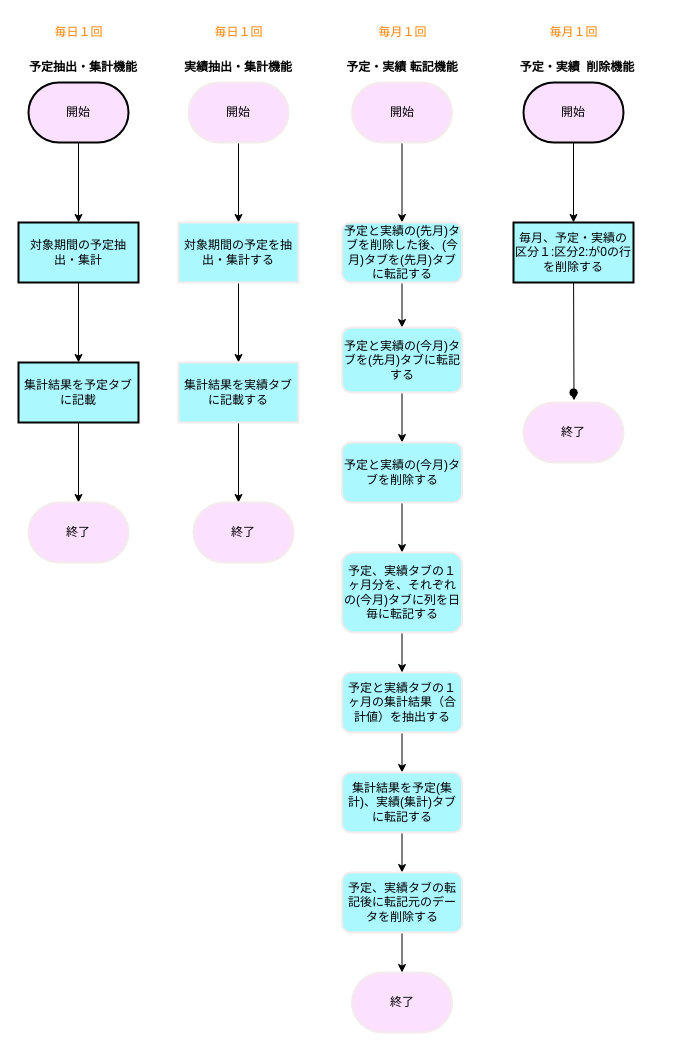
Above: simple_flowchart.dio in naomi-ume/gas_schedule_extraction_plan_result (draw.io), before the change. Source tidied: cells renumbered, new cells numbered last; positions are measured from the earlier drawing's top-left corner, leaving out a move shared by most shapes. Both pictures are drawn from the tidied source at 100%, with x=0, y=0 at pixel (18, 17).
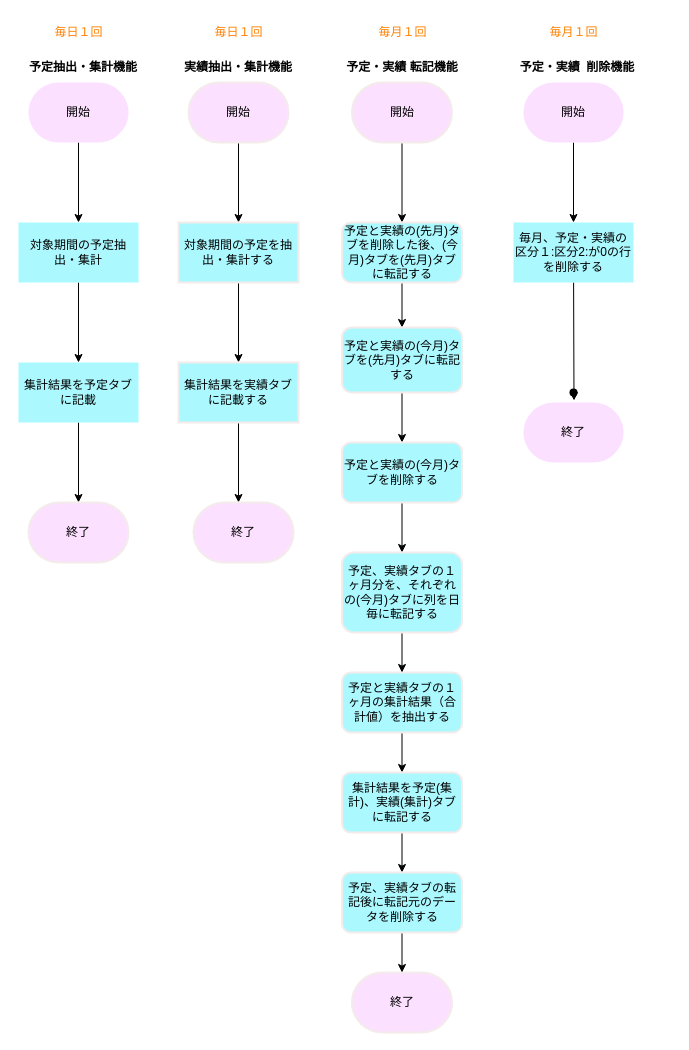
Above is the later version.

Commit message (it also covers changes not shown here):
flowchart repair

The edit, as a diff of the source:
```diff
@@
-    <mxCell id="4" value="開始" style="strokeWidth=2;html=1;shape=mxgraph.flowchart.terminator;whiteSpace=wrap;fontColor=#000000;fillColor=#FCE0FF;" parent="1" vertex="1">
+    <mxCell id="4" value="開始" style="strokeWidth=2;html=1;shape=mxgraph.flowchart.terminator;whiteSpace=wrap;fontColor=#000000;fillColor=#FCE0FF;strokeColor=none;" parent="1" vertex="1">
       <mxGeometry x="10" y="65" width="100" height="60" as="geometry" />
     </mxCell>
@@
-    <mxCell id="6" value="対象期間の予定抽出・集計" style="whiteSpace=wrap;html=1;fillColor=#ABF9FF;fontColor=#000000;strokeWidth=2;" parent="1" vertex="1">
+    <mxCell id="6" value="対象期間の予定抽出・集計" style="whiteSpace=wrap;html=1;fillColor=#ABF9FF;fontColor=#000000;strokeWidth=2;strokeColor=none;" parent="1" vertex="1">
       <mxGeometry y="205" width="120" height="60" as="geometry" />
     </mxCell>
@@
-    <mxCell id="8" value="集計結果を予定タブに記載" style="whiteSpace=wrap;html=1;fillColor=#ABF9FF;fontColor=#000000;strokeWidth=2;" parent="1" vertex="1">
+    <mxCell id="8" value="集計結果を予定タブに記載" style="whiteSpace=wrap;html=1;fillColor=#ABF9FF;fontColor=#000000;strokeWidth=2;strokeColor=none;" parent="1" vertex="1">
       <mxGeometry y="345" width="120" height="60" as="geometry" />
     </mxCell>
@@
-    <mxCell id="30" value="&lt;font color=&quot;#000000&quot;&gt;開始&lt;/font&gt;" style="strokeWidth=2;html=1;shape=mxgraph.flowchart.terminator;whiteSpace=wrap;fillColor=#FCE0FF;" parent="1" vertex="1">
+    <mxCell id="30" value="&lt;font color=&quot;#000000&quot;&gt;開始&lt;/font&gt;" style="strokeWidth=2;html=1;shape=mxgraph.flowchart.terminator;whiteSpace=wrap;fillColor=#FCE0FF;strokeColor=none;" parent="1" vertex="1">
       <mxGeometry x="505" y="65" width="100" height="60" as="geometry" />
     </mxCell>
@@
-    <mxCell id="32" value="&lt;font color=&quot;#000000&quot;&gt;毎月、予定・実績の&lt;br&gt;区分１:区分2:が0の行を削除する&lt;br&gt;&lt;/font&gt;" style="whiteSpace=wrap;html=1;fillColor=#ABF9FF;strokeWidth=2;" parent="1" vertex="1">
+    <mxCell id="32" value="&lt;font color=&quot;#000000&quot;&gt;毎月、予定・実績の&lt;br&gt;区分１:区分2:が0の行を削除する&lt;br&gt;&lt;/font&gt;" style="whiteSpace=wrap;html=1;fillColor=#ABF9FF;strokeWidth=2;strokeColor=none;" parent="1" vertex="1">
       <mxGeometry x="495" y="205" width="120" height="60" as="geometry" />
     </mxCell>
@@
-    <mxCell id="46" value="終了" style="strokeWidth=2;html=1;shape=mxgraph.flowchart.terminator;whiteSpace=wrap;strokeColor=#F4EBEB;fontColor=#000000;fillColor=#FCE0FF;" parent="1" vertex="1">
+    <mxCell id="46" value="終了" style="strokeWidth=2;html=1;shape=mxgraph.flowchart.terminator;whiteSpace=wrap;strokeColor=none;fontColor=#000000;fillColor=#FCE0FF;" parent="1" vertex="1">
       <mxGeometry x="505" y="385" width="100" height="60" as="geometry" />
     </mxCell>
```
